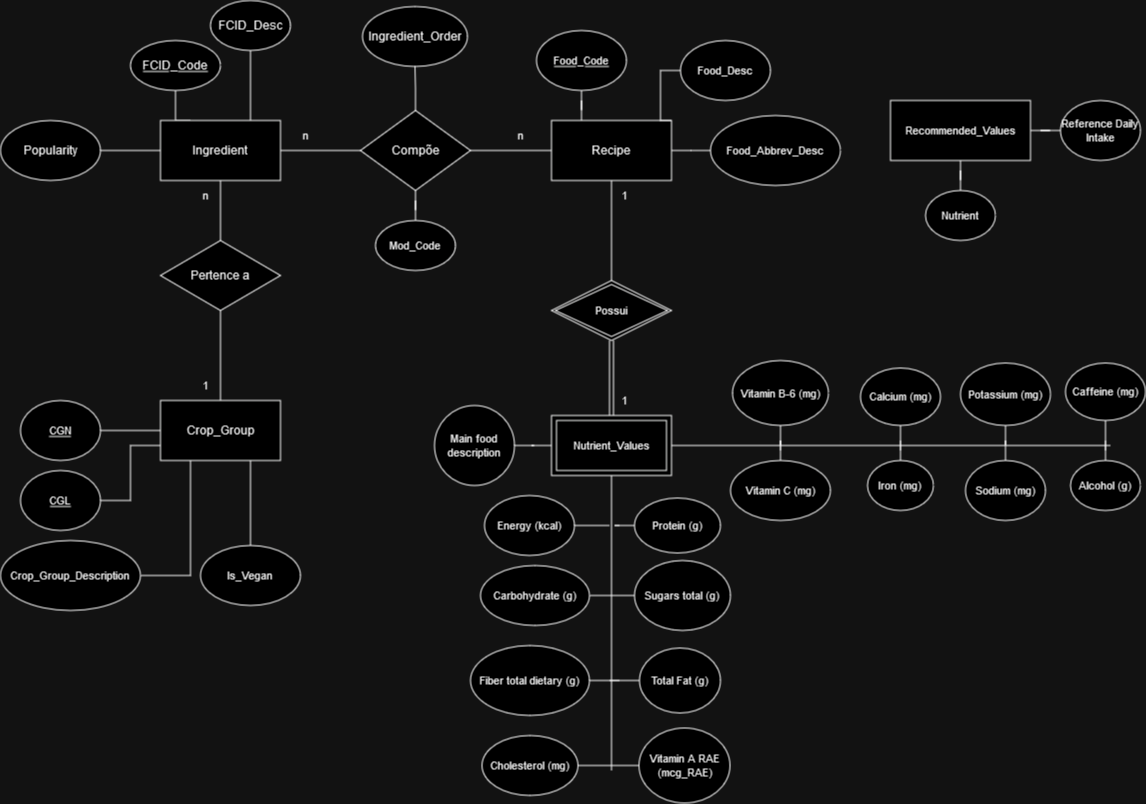
PietroGolfeto/mc536-grupoVIRUS keeps this draw.io diagram as project-2-final/diagrama_er.png. Above is the earlier version. Source tidied: cells renumbered, new cells last; positions are measured from the earlier drawing's top-left corner, leaving out a move shared by most shapes.
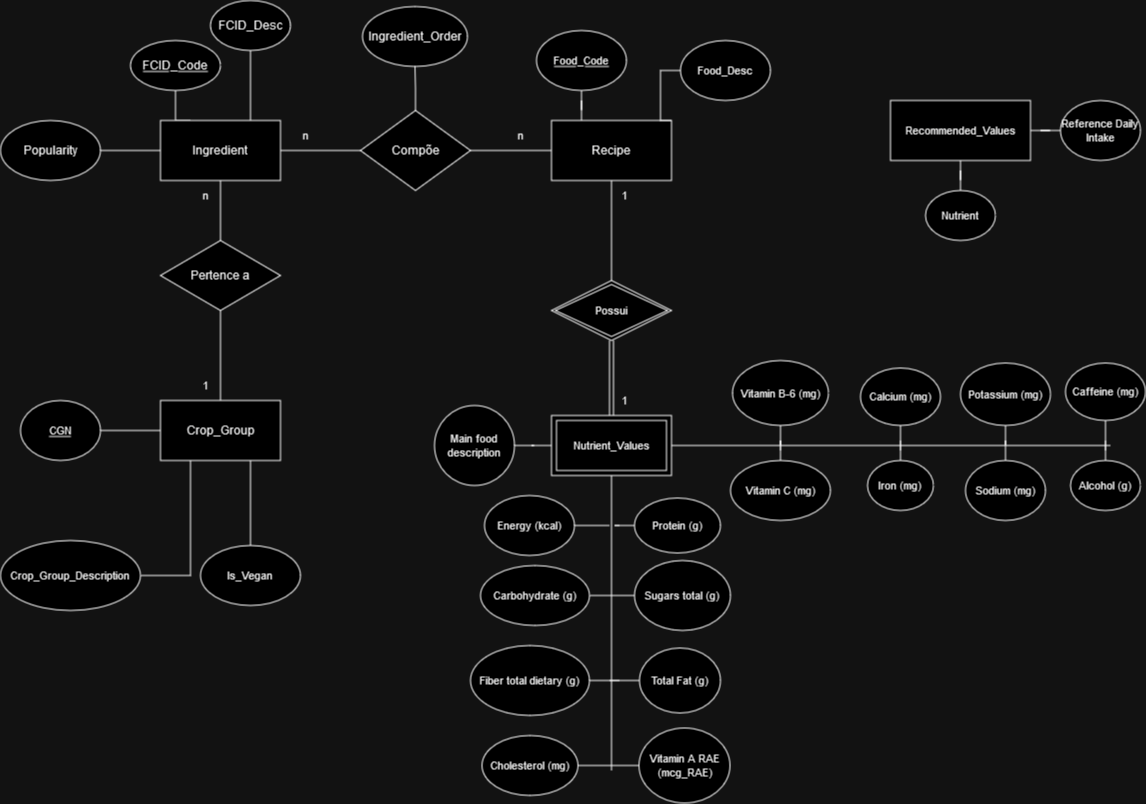
After the commit.

What changed in the source:
```diff
@@ -26,9 +26,6 @@
     <mxCell id="9" value="Crop_Group" style="whiteSpace=wrap;html=1;" parent="1" vertex="1">
       <mxGeometry x="160" y="400" width="120" height="60" as="geometry" />
     </mxCell>
-    <mxCell id="10" style="edgeStyle=orthogonalEdgeStyle;shape=connector;rounded=0;jettySize=auto;html=1;entryX=0;entryY=0.5;entryDx=0;entryDy=0;labelBackgroundColor=default;strokeColor=default;align=center;verticalAlign=middle;fontFamily=Helvetica;fontSize=11;fontColor=default;endArrow=none;endFill=0;" parent="1" edge="1" source="11" target="23">
-      <mxGeometry relative="1" as="geometry" />
-    </mxCell>
     <mxCell id="11" value="Recipe" style="whiteSpace=wrap;html=1;" parent="1" vertex="1">
       <mxGeometry x="551" y="120" width="120" height="60" as="geometry" />
     </mxCell>
@@ -65,9 +62,6 @@
     <mxCell id="22" value="&lt;u&gt;Food_Code&lt;/u&gt;" style="ellipse;whiteSpace=wrap;html=1;fontFamily=Helvetica;fontSize=11;fontColor=default;" parent="1" vertex="1">
       <mxGeometry x="536" y="30" width="90" height="60" as="geometry" />
     </mxCell>
-    <mxCell id="23" value="Food_Abbrev_Desc" style="ellipse;whiteSpace=wrap;html=1;fontFamily=Helvetica;fontSize=11;fontColor=default;" parent="1" vertex="1">
-      <mxGeometry x="710" y="115" width="130" height="70" as="geometry" />
-    </mxCell>
     <mxCell id="24" style="edgeStyle=orthogonalEdgeStyle;shape=connector;rounded=0;jettySize=auto;html=1;labelBackgroundColor=default;strokeColor=default;align=center;verticalAlign=middle;fontFamily=Helvetica;fontSize=11;fontColor=default;endArrow=none;endFill=0;entryX=1;entryY=0;entryDx=0;entryDy=0;" parent="1" edge="1" source="25" target="11">
       <mxGeometry relative="1" as="geometry" />
     </mxCell>
@@ -98,12 +92,6 @@
     <mxCell id="33" value="Ingredient_Order" style="ellipse;whiteSpace=wrap;html=1;" parent="1" vertex="1">
       <mxGeometry x="362" y="6" width="105" height="60" as="geometry" />
     </mxCell>
-    <mxCell id="34" style="edgeStyle=orthogonalEdgeStyle;shape=connector;rounded=0;jettySize=auto;html=1;entryX=0;entryY=0.75;entryDx=0;entryDy=0;labelBackgroundColor=default;strokeColor=default;align=center;verticalAlign=middle;fontFamily=Helvetica;fontSize=11;fontColor=default;endArrow=none;endFill=0;" parent="1" edge="1" source="35" target="9">
-      <mxGeometry relative="1" as="geometry" />
-    </mxCell>
-    <mxCell id="35" value="&lt;u&gt;CGL&lt;/u&gt;" style="ellipse;whiteSpace=wrap;html=1;fontFamily=Helvetica;fontSize=11;fontColor=default;" parent="1" vertex="1">
-      <mxGeometry x="20" y="470" width="80" height="60" as="geometry" />
-    </mxCell>
     <mxCell id="36" value="Popularity" style="ellipse;whiteSpace=wrap;html=1;" parent="1" vertex="1">
       <mxGeometry y="120" width="100" height="60" as="geometry" />
     </mxCell>
@@ -113,12 +101,6 @@
     <mxCell id="38" value="Main food description" style="ellipse;whiteSpace=wrap;html=1;fontSize=11;rounded=0;" parent="1" vertex="1">
       <mxGeometry x="434" y="405" width="80" height="80" as="geometry" />
     </mxCell>
-    <mxCell id="39" style="edgeStyle=orthogonalEdgeStyle;shape=connector;rounded=0;jettySize=auto;html=1;entryX=0.5;entryY=1;entryDx=0;entryDy=0;labelBackgroundColor=default;strokeColor=default;align=center;verticalAlign=middle;fontFamily=Helvetica;fontSize=11;fontColor=default;endArrow=none;endFill=0;" parent="1" edge="1" source="40" target="28">
-      <mxGeometry relative="1" as="geometry" />
-    </mxCell>
-    <mxCell id="40" value="Mod_Code" style="ellipse;whiteSpace=wrap;html=1;fontFamily=Helvetica;fontSize=11;fontColor=default;" parent="1" vertex="1">
-      <mxGeometry x="375" y="220" width="80" height="50" as="geometry" />
-    </mxCell>
     <mxCell id="41" style="edgeStyle=orthogonalEdgeStyle;shape=connector;rounded=0;jettySize=auto;html=1;labelBackgroundColor=default;strokeColor=default;align=center;verticalAlign=middle;fontFamily=Helvetica;fontSize=11;fontColor=default;endArrow=none;endFill=0;" parent="1" edge="1" source="42">
       <mxGeometry relative="1" as="geometry">
         <mxPoint x="609" y="525" as="targetPoint" />
```
